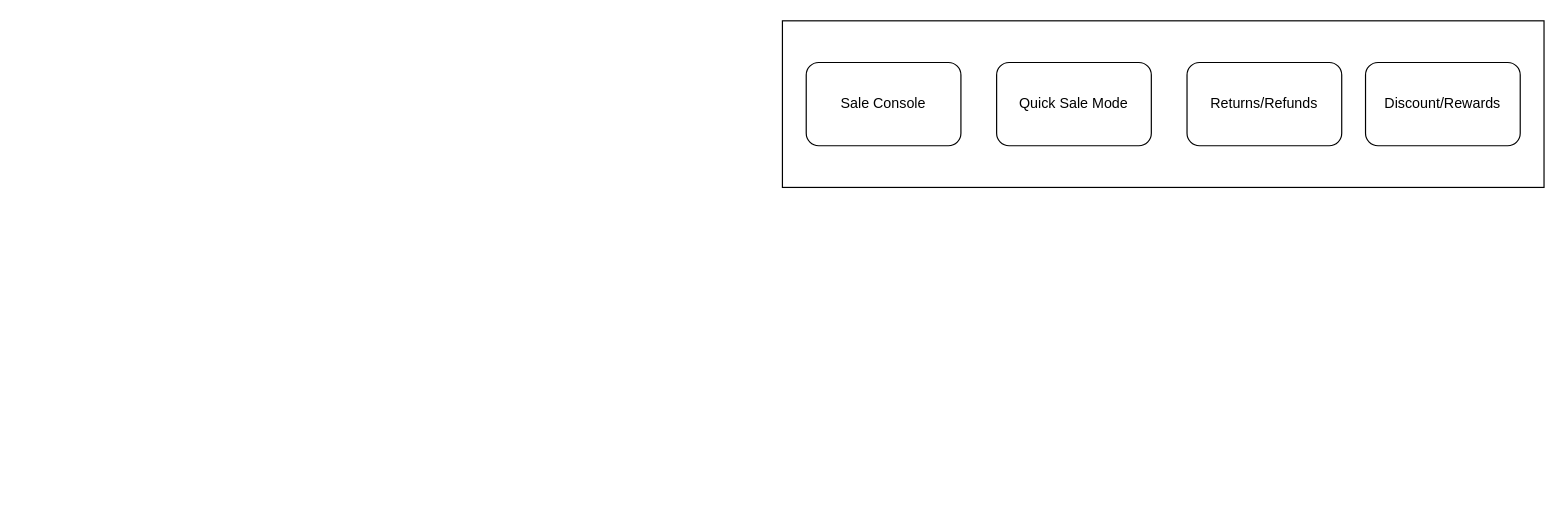
This is LightSpeed Business Logic.drawio from rafidrahman1/CSE, a draw.io file, before an edit. Source tidied: cells renumbered, new cells numbered last; positions are measured from the earlier drawing's top-left corner, leaving out a move shared by most shapes. Both pictures are drawn from the tidied source at 119%, with x=0, y=0 at pixel (782, 20).
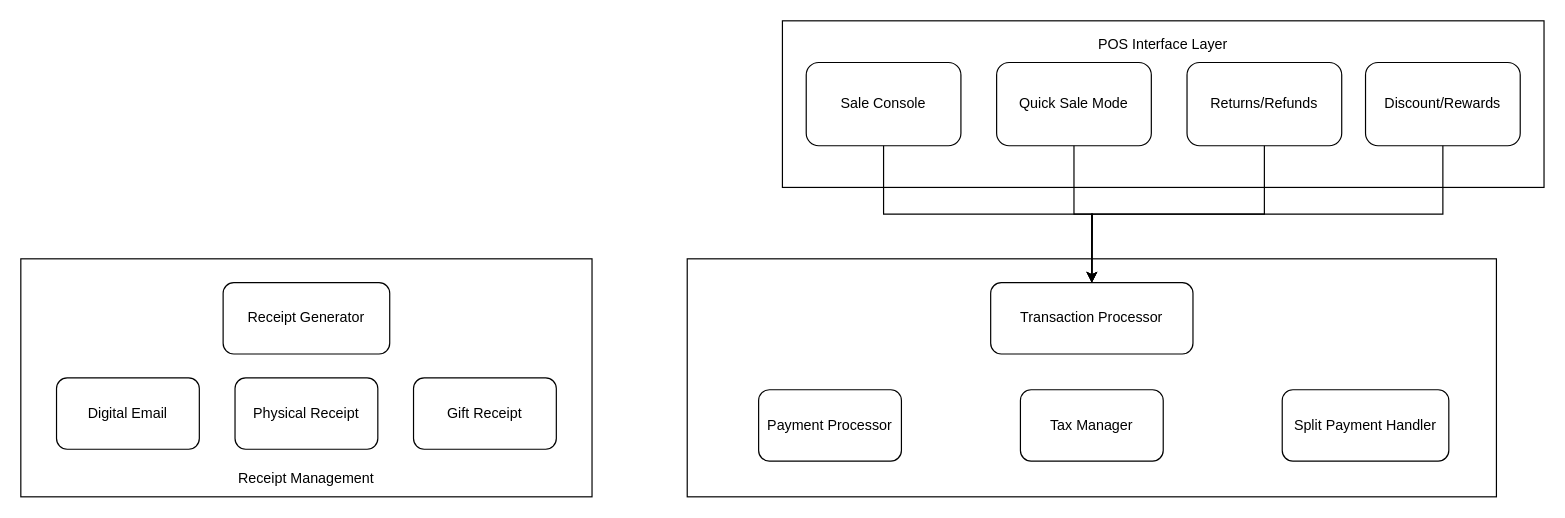
The same page after the edit.

Unchanged cells that the change refers to:
```xml
<mxCell id="3" value="Sale Console" style="rounded=1;whiteSpace=wrap;html=1;" parent="1" vertex="1">
  <mxGeometry x="20" y="35" width="130" height="70" as="geometry" />
</mxCell>
<mxCell id="4" value="Quick Sale Mode" style="rounded=1;whiteSpace=wrap;html=1;" parent="1" vertex="1">
  <mxGeometry x="180" y="35" width="130" height="70" as="geometry" />
</mxCell>
<mxCell id="5" value="Returns/Refunds" style="rounded=1;whiteSpace=wrap;html=1;" parent="1" vertex="1">
  <mxGeometry x="340" y="35" width="130" height="70" as="geometry" />
</mxCell>
<mxCell id="6" value="Discount/Rewards" style="rounded=1;whiteSpace=wrap;html=1;" parent="1" vertex="1">
  <mxGeometry x="490" y="35" width="130" height="70" as="geometry" />
</mxCell>
```

What changed in the source:
```diff
@@
+    <mxCell id="7" style="rounded=0;whiteSpace=wrap;html=1;" parent="1" vertex="1">
+      <mxGeometry x="-80" y="200" width="680" height="200" as="geometry" />
+    </mxCell>
+    <mxCell id="8" value="POS Interface Layer" style="text;html=1;align=center;verticalAlign=middle;whiteSpace=wrap;rounded=0;" parent="1" vertex="1">
+      <mxGeometry x="245" y="5" width="150" height="30" as="geometry" />
+    </mxCell>
+    <mxCell id="9" value="Transaction Processor" style="rounded=1;whiteSpace=wrap;html=1;" parent="1" vertex="1">
+      <mxGeometry x="175" y="220" width="170" height="60" as="geometry" />
+    </mxCell>
+    <mxCell id="10" value="Payment Processor" style="rounded=1;whiteSpace=wrap;html=1;" parent="1" vertex="1">
+      <mxGeometry x="-20" y="310" width="120" height="60" as="geometry" />
+    </mxCell>
+    <mxCell id="11" value="Tax Manager" style="rounded=1;whiteSpace=wrap;html=1;" parent="1" vertex="1">
+      <mxGeometry x="200" y="310" width="120" height="60" as="geometry" />
+    </mxCell>
+    <mxCell id="12" value="Split Payment Handler" style="rounded=1;whiteSpace=wrap;html=1;" parent="1" vertex="1">
+      <mxGeometry x="420" y="310" width="140" height="60" as="geometry" />
+    </mxCell>
+    <mxCell id="13" style="rounded=0;whiteSpace=wrap;html=1;" parent="1" vertex="1">
+      <mxGeometry x="-640" y="200" width="480" height="200" as="geometry" />
+    </mxCell>
+    <mxCell id="14" value="Receipt Generator" style="rounded=1;whiteSpace=wrap;html=1;" parent="1" vertex="1">
+      <mxGeometry x="-470" y="220" width="140" height="60" as="geometry" />
+    </mxCell>
+    <mxCell id="15" value="Physical Receipt" style="rounded=1;whiteSpace=wrap;html=1;" parent="1" vertex="1">
+      <mxGeometry x="-460" y="300" width="120" height="60" as="geometry" />
+    </mxCell>
+    <mxCell id="16" value="Digital Email" style="rounded=1;whiteSpace=wrap;html=1;" parent="1" vertex="1">
+      <mxGeometry x="-610" y="300" width="120" height="60" as="geometry" />
+    </mxCell>
+    <mxCell id="17" value="Gift Receipt" style="rounded=1;whiteSpace=wrap;html=1;" parent="1" vertex="1">
+      <mxGeometry x="-310" y="300" width="120" height="60" as="geometry" />
+    </mxCell>
+    <mxCell id="18" style="edgeStyle=orthogonalEdgeStyle;rounded=0;jettySize=auto;html=1;exitX=0.5;exitY=1;exitDx=0;exitDy=0;entryX=0.5;entryY=0;entryDx=0;entryDy=0;" parent="1" edge="1" source="3" target="9">
+      <mxGeometry relative="1" as="geometry" />
+    </mxCell>
+    <mxCell id="19" style="edgeStyle=orthogonalEdgeStyle;rounded=0;jettySize=auto;html=1;exitX=0.5;exitY=1;exitDx=0;exitDy=0;" parent="1" edge="1" source="4">
+      <mxGeometry relative="1" as="geometry">
+        <mxPoint x="260" y="220" as="targetPoint" />
+      </mxGeometry>
+    </mxCell>
+    <mxCell id="20" style="edgeStyle=orthogonalEdgeStyle;rounded=0;jettySize=auto;html=1;entryX=0.5;entryY=0;entryDx=0;entryDy=0;" parent="1" edge="1" source="5" target="9">
+      <mxGeometry relative="1" as="geometry" />
+    </mxCell>
+    <mxCell id="21" style="edgeStyle=orthogonalEdgeStyle;rounded=0;jettySize=auto;html=1;exitX=0.5;exitY=1;exitDx=0;exitDy=0;entryX=0.5;entryY=0;entryDx=0;entryDy=0;" parent="1" edge="1" source="6" target="9">
+      <mxGeometry relative="1" as="geometry" />
+    </mxCell>
+    <mxCell id="22" value="Receipt Management" style="text;html=1;align=center;verticalAlign=middle;whiteSpace=wrap;rounded=0;" parent="1" vertex="1">
+      <mxGeometry x="-495" y="370" width="190" height="30" as="geometry" />
+    </mxCell>
```
